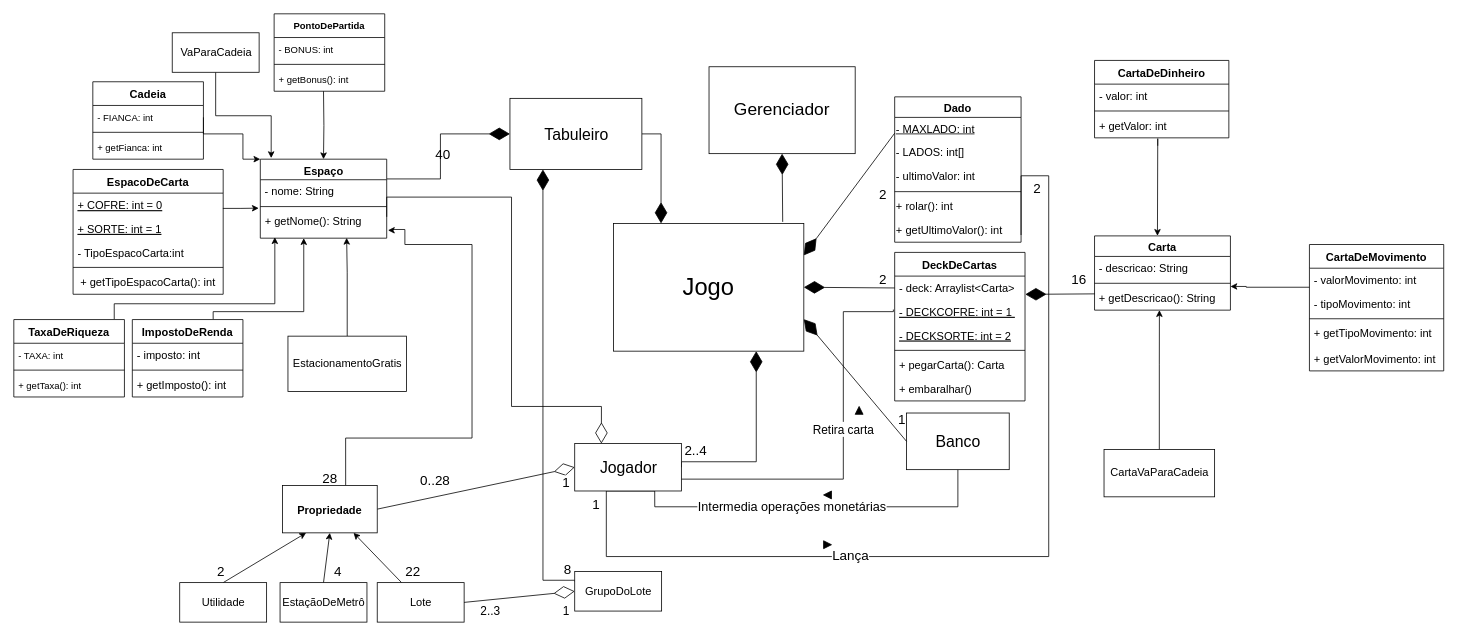
Before: Monopoly - G1.drawio in rafaelbarbeta/Monopoly, a draw.io diagram. Source tidied: cells renumbered, new cells numbered last; positions are measured from the earlier drawing's top-left corner, leaving out a move shared by most shapes. Both pictures are drawn from the tidied source at 79%, with x=0, y=0 at pixel (13, 13).
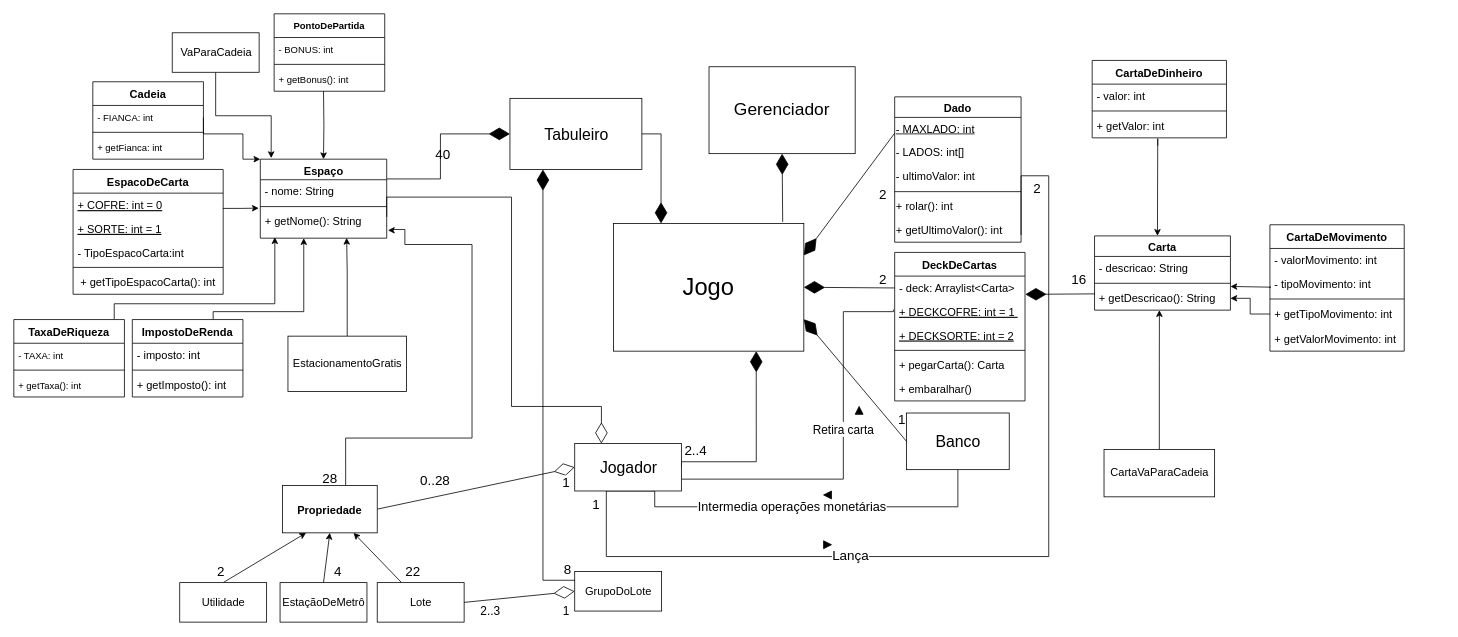
After the change.

Commit message:
arrumei modificadores de atb final

Unchanged cells that the change refers to:
```xml
<mxCell id="71" value="&amp;nbsp;+ getDescricao(): String" style="text;html=1;strokeColor=none;fillColor=none;align=left;verticalAlign=middle;whiteSpace=wrap;rounded=0;fontSize=14;" parent="68" vertex="1">
  <mxGeometry y="64" width="172" height="30" as="geometry" />
</mxCell>
<mxCell id="78" value="- tipoMovimento: int" style="text;strokeColor=none;fillColor=none;align=left;verticalAlign=middle;spacingLeft=4;spacingRight=4;overflow=hidden;points=[[0,0.5],[1,0.5]];portConstraint=eastwest;fontSize=14;" parent="76" vertex="1">
  <mxGeometry y="60" width="170" height="30" as="geometry" />
</mxCell>
<mxCell id="80" value="&lt;span&gt;&amp;nbsp;+ getTipoMovimento: int&lt;/span&gt;" style="text;html=1;strokeColor=none;fillColor=none;align=left;verticalAlign=middle;whiteSpace=wrap;rounded=0;fontSize=14;" parent="76" vertex="1">
  <mxGeometry y="98" width="170" height="30" as="geometry" />
</mxCell>
<mxCell id="82" value="DeckDeCartas" style="swimlane;fontStyle=1;horizontal=1;startSize=30;fontSize=14;" parent="1" vertex="1">
  <mxGeometry x="1115" y="302" width="165" height="188" as="geometry" />
</mxCell>
```

What changed in the source:
```diff
@@
-    <mxCell id="39" style="edgeStyle=orthogonalEdgeStyle;rounded=0;jettySize=auto;html=1;entryX=1;entryY=0;entryDx=0;entryDy=0;" parent="1" edge="1" target="71">
+    <mxCell id="39" style="edgeStyle=orthogonalEdgeStyle;rounded=0;jettySize=auto;html=1;entryX=1;entryY=0;entryDx=0;entryDy=0;exitX=-0.001;exitY=0.667;exitDx=0;exitDy=0;exitPerimeter=0;" parent="1" edge="1" source="78" target="71">
       <mxGeometry relative="1" as="geometry">
-        <mxPoint x="1640" y="346.1" as="sourcePoint" />
         <Array as="points">
-          <mxPoint x="1560" y="346" />
-          <mxPoint x="1560" y="345" />
+          <mxPoint x="1590" y="346" />
+          <mxPoint x="1591" y="346" />
         </Array>
       </mxGeometry>
     </mxCell>
@@
     <mxCell id="72" value="CartaDeDinheiro" style="swimlane;fontStyle=1;horizontal=1;startSize=30;fontSize=14;" parent="1" vertex="1">
-      <mxGeometry x="1368" y="59" width="170" height="98" as="geometry" />
+      <mxGeometry x="1365" y="59" width="170" height="98" as="geometry" />
     </mxCell>
@@
     <mxCell id="76" value="CartaDeMovimento" style="swimlane;fontStyle=1;horizontal=1;startSize=30;fontSize=14;" parent="1" vertex="1">
-      <mxGeometry x="1640" y="292" width="170" height="160" as="geometry" />
+      <mxGeometry x="1590" y="267" width="170" height="160" as="geometry" />
     </mxCell>
@@
-    <mxCell id="84" value="- DECKCOFRE: int = 1 " style="text;strokeColor=none;fillColor=none;align=left;verticalAlign=middle;spacingLeft=4;spacingRight=4;overflow=hidden;points=[[0,0.5],[1,0.5]];portConstraint=eastwest;fontSize=14;fontStyle=4;" parent="82" vertex="1">
+    <mxCell id="84" value="+ DECKCOFRE: int = 1 " style="text;strokeColor=none;fillColor=none;align=left;verticalAlign=middle;spacingLeft=4;spacingRight=4;overflow=hidden;points=[[0,0.5],[1,0.5]];portConstraint=eastwest;fontSize=14;fontStyle=4;" parent="82" vertex="1">
       <mxGeometry y="60" width="165" height="30" as="geometry" />
     </mxCell>
-    <mxCell id="85" value="- DECKSORTE: int = 2" style="text;strokeColor=none;fillColor=none;align=left;verticalAlign=middle;spacingLeft=4;spacingRight=4;overflow=hidden;fontSize=14;fontStyle=4;" parent="82" vertex="1">
+    <mxCell id="85" value="+ DECKSORTE: int = 2" style="text;strokeColor=none;fillColor=none;align=left;verticalAlign=middle;spacingLeft=4;spacingRight=4;overflow=hidden;fontSize=14;fontStyle=4;" parent="82" vertex="1">
       <mxGeometry y="90" width="165" height="30" as="geometry" />
     </mxCell>
@@
+    <mxCell id="113" style="edgeStyle=orthogonalEdgeStyle;rounded=0;jettySize=auto;html=1;" parent="1" edge="1" source="80" target="71">
+      <mxGeometry relative="1" as="geometry" />
+    </mxCell>
```
